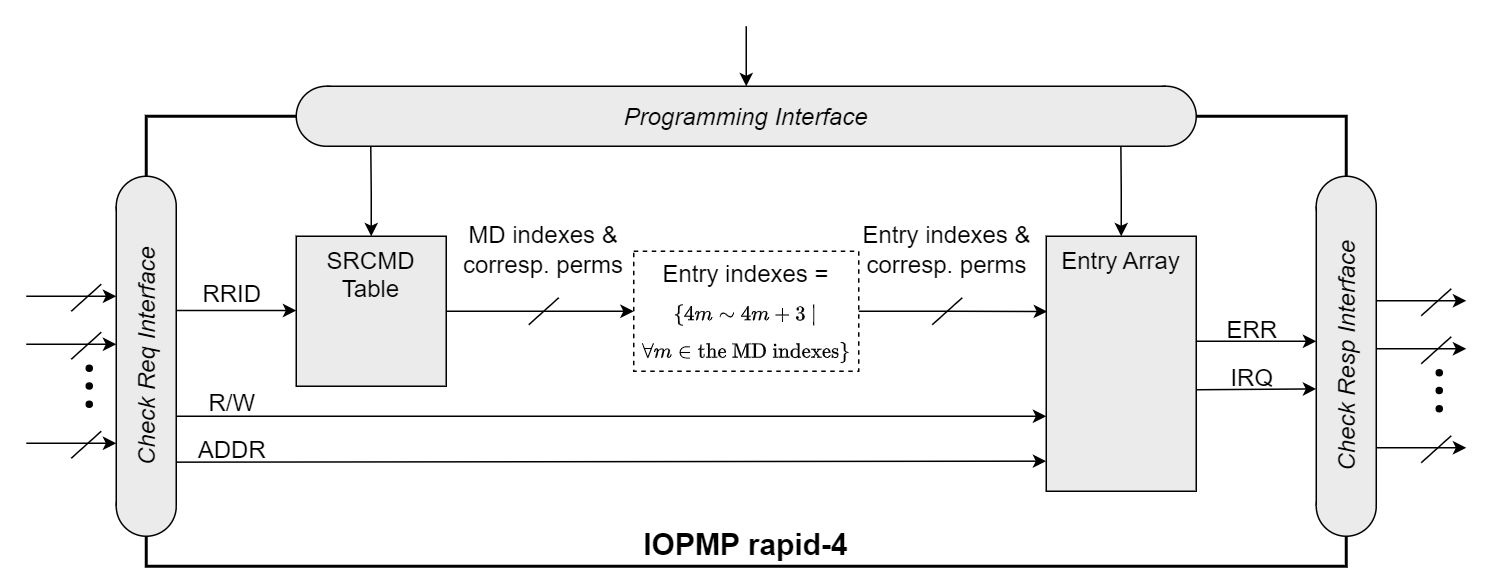
Above: images/iopmp_unit_block_diagram_rapid_4.png in riscv-non-isa/iopmp-spec (draw.io), before the change. Source tidied: cells renumbered, new cells last; positions are measured from the earlier drawing's top-left corner, leaving out a move shared by most shapes. Source of this version:
```xml
<mxGraphModel math="1">
  <root>
    <mxCell id="0" />
    <mxCell id="1" parent="0" />
    <mxCell id="2" value="&lt;b style=&quot;font-size: 20px;&quot;&gt;IOPMP rapid-4&lt;/b&gt;" style="rounded=0;whiteSpace=wrap;html=1;strokeWidth=2;verticalAlign=bottom;spacingTop=2;" parent="1" vertex="1">
      <mxGeometry x="100" y="60" width="800" height="300" as="geometry" />
    </mxCell>
    <mxCell id="3" style="edgeStyle=orthogonalEdgeStyle;rounded=0;jettySize=auto;html=1;exitX=1;exitY=0.5;exitDx=0;exitDy=0;entryX=0;entryY=0.5;entryDx=0;entryDy=0;" parent="1" edge="1" source="4" target="5">
      <mxGeometry relative="1" as="geometry" />
    </mxCell>
    <mxCell id="4" value="&lt;font style=&quot;font-size: 16px;&quot;&gt;SRCMD&lt;/font&gt;&lt;div style=&quot;font-size: 16px;&quot;&gt;&lt;font style=&quot;font-size: 16px;&quot;&gt;Table&lt;/font&gt;&lt;/div&gt;" style="rounded=0;whiteSpace=wrap;html=1;verticalAlign=top;fillColor=#EBEBEB;" parent="1" vertex="1">
      <mxGeometry x="200" y="140" width="100" height="100" as="geometry" />
    </mxCell>
    <mxCell id="5" value="&lt;div style=&quot;line-height: 160%; font-size: 16px;&quot;&gt;&lt;div style=&quot;line-height: 25.6px;&quot;&gt;&lt;span style=&quot;background-color: initial;&quot;&gt;Entry indexes =&lt;/span&gt;&lt;/div&gt;&lt;div style=&quot;line-height: 25.6px;&quot;&gt;&lt;span style=&quot;background-color: initial;&quot;&gt;&lt;font style=&quot;font-size: 14px;&quot;&gt;\(\small \{ 4m \sim 4m+3 \ |\)&lt;/font&gt;&lt;/span&gt;&lt;/div&gt;&lt;div style=&quot;font-size: 14px; line-height: 22.4px;&quot;&gt;\(\small\forall m \in \mbox{the MD indexes}\}\)&lt;/div&gt;&lt;/div&gt;" style="rounded=0;whiteSpace=wrap;html=1;verticalAlign=middle;dashed=1;align=center;spacingTop=0;spacing=0;spacingLeft=0;spacingBottom=0;horizontal=1;" parent="1" vertex="1">
      <mxGeometry x="425" y="150" width="150" height="80" as="geometry" />
    </mxCell>
    <mxCell id="6" value="&lt;span style=&quot;font-size: 16px;&quot;&gt;Entry&amp;nbsp;&lt;/span&gt;&lt;span style=&quot;font-size: 16px; background-color: initial;&quot;&gt;Array&lt;/span&gt;" style="rounded=0;whiteSpace=wrap;html=1;verticalAlign=top;fillColor=#EBEBEB;" parent="1" vertex="1">
      <mxGeometry x="700" y="140" width="100" height="170" as="geometry" />
    </mxCell>
    <mxCell id="7" style="edgeStyle=orthogonalEdgeStyle;rounded=0;jettySize=auto;html=1;exitX=0.5;exitY=0;exitDx=0;exitDy=0;entryX=0.053;entryY=1;entryDx=0;entryDy=0;entryPerimeter=0;startArrow=classic;startFill=1;endArrow=none;endFill=0;" parent="1" edge="1" source="4" target="18">
      <mxGeometry relative="1" as="geometry" />
    </mxCell>
    <mxCell id="8" style="edgeStyle=orthogonalEdgeStyle;rounded=0;jettySize=auto;html=1;exitX=0.5;exitY=0;exitDx=0;exitDy=0;startArrow=classic;startFill=1;endArrow=none;endFill=0;entryX=0.946;entryY=0.999;entryDx=0;entryDy=0;entryPerimeter=0;" parent="1" edge="1" source="6" target="18">
      <mxGeometry relative="1" as="geometry" />
    </mxCell>
    <mxCell id="9" style="ellipse;whiteSpace=wrap;html=1;fillColor=#EBEBEB;rotation=-90;" parent="1" vertex="1">
      <mxGeometry x="80" y="100" width="40" height="40" as="geometry" />
    </mxCell>
    <mxCell id="10" style="ellipse;whiteSpace=wrap;html=1;fillColor=#EBEBEB;rotation=-90;" parent="1" vertex="1">
      <mxGeometry x="80" y="300" width="40" height="40" as="geometry" />
    </mxCell>
    <mxCell id="11" value="&lt;i&gt;&lt;font style=&quot;font-size: 16px;&quot;&gt;Check Req Interface&lt;/font&gt;&lt;/i&gt;" style="rounded=0;whiteSpace=wrap;html=1;shape=mxgraph.basic.rect;left=0;right=0;fillColor=#EBEBEB;rotation=-90;" parent="1" vertex="1">
      <mxGeometry y="200" width="200" height="40" as="geometry" />
    </mxCell>
    <mxCell id="12" style="ellipse;whiteSpace=wrap;html=1;fillColor=#EBEBEB;rotation=-90;" parent="1" vertex="1">
      <mxGeometry x="880" y="100" width="40" height="40" as="geometry" />
    </mxCell>
    <mxCell id="13" style="ellipse;whiteSpace=wrap;html=1;fillColor=#EBEBEB;rotation=-90;" parent="1" vertex="1">
      <mxGeometry x="880" y="300" width="40" height="40" as="geometry" />
    </mxCell>
    <mxCell id="14" value="&lt;i&gt;&lt;font style=&quot;font-size: 16px;&quot;&gt;Check Resp Interface&lt;/font&gt;&lt;/i&gt;" style="rounded=0;whiteSpace=wrap;html=1;shape=mxgraph.basic.rect;left=0;right=0;fillColor=#EBEBEB;rotation=-90;" parent="1" vertex="1">
      <mxGeometry x="800.2" y="199.8" width="199.5" height="40" as="geometry" />
    </mxCell>
    <mxCell id="15" style="ellipse;whiteSpace=wrap;html=1;fillColor=#EBEBEB;" parent="1" vertex="1">
      <mxGeometry x="760" y="40" width="40" height="40" as="geometry" />
    </mxCell>
    <mxCell id="16" style="ellipse;whiteSpace=wrap;html=1;fillColor=#EBEBEB;" parent="1" vertex="1">
      <mxGeometry x="200" y="40" width="40" height="40" as="geometry" />
    </mxCell>
    <mxCell id="17" style="edgeStyle=orthogonalEdgeStyle;rounded=0;jettySize=auto;html=1;startArrow=classic;startFill=1;endArrow=none;endFill=0;" parent="1" edge="1" source="18">
      <mxGeometry relative="1" as="geometry">
        <mxPoint x="500" as="targetPoint" />
      </mxGeometry>
    </mxCell>
    <mxCell id="18" value="&lt;i&gt;&lt;font style=&quot;font-size: 16px;&quot;&gt;Programming Interface&lt;/font&gt;&lt;/i&gt;" style="rounded=0;whiteSpace=wrap;html=1;shape=mxgraph.basic.rect;left=0;right=0;fillColor=#EBEBEB;" parent="1" vertex="1">
      <mxGeometry x="220" y="40" width="560" height="40" as="geometry" />
    </mxCell>
    <mxCell id="19" style="edgeStyle=orthogonalEdgeStyle;rounded=0;orthogonalLoop=1;jettySize=auto;html=1;exitX=0;exitY=0.25;exitDx=0;exitDy=0;startArrow=classic;startFill=1;endArrow=none;endFill=0;" parent="1" edge="1">
      <mxGeometry relative="1" as="geometry">
        <mxPoint x="200" y="189.5" as="sourcePoint" />
        <mxPoint x="120" y="189.5" as="targetPoint" />
      </mxGeometry>
    </mxCell>
    <mxCell id="20" style="endArrow=classic;html=1;rounded=0;entryX=0;entryY=0.706;entryDx=0;entryDy=0;entryPerimeter=0;exitX=0.3;exitY=0.999;exitDx=0;exitDy=0;exitPerimeter=0;" parent="1" edge="1" source="11" target="6">
      <mxGeometry relative="1" as="geometry">
        <Array as="points">
          <mxPoint x="180" y="260" />
        </Array>
      </mxGeometry>
    </mxCell>
    <mxCell id="21" style="endArrow=classic;html=1;rounded=0;exitX=0.147;exitY=0.999;exitDx=0;exitDy=0;exitPerimeter=0;entryX=0;entryY=0.882;entryDx=0;entryDy=0;entryPerimeter=0;" parent="1" edge="1" source="11" target="6">
      <mxGeometry relative="1" as="geometry" />
    </mxCell>
    <mxCell id="22" style="endArrow=classic;html=1;rounded=0;endFill=1;" parent="1" edge="1">
      <mxGeometry relative="1" as="geometry">
        <mxPoint x="20" y="180" as="sourcePoint" />
        <mxPoint x="80" y="180" as="targetPoint" />
      </mxGeometry>
    </mxCell>
    <mxCell id="23" style="endArrow=none;html=1;rounded=0;" parent="1" edge="1">
      <mxGeometry relative="1" as="geometry">
        <mxPoint x="50" y="190" as="sourcePoint" />
        <mxPoint x="70" y="172" as="targetPoint" />
      </mxGeometry>
    </mxCell>
    <mxCell id="24" style="endArrow=classic;html=1;rounded=0;endFill=1;" parent="1" edge="1">
      <mxGeometry relative="1" as="geometry">
        <mxPoint x="20" y="278" as="sourcePoint" />
        <mxPoint x="80" y="278" as="targetPoint" />
      </mxGeometry>
    </mxCell>
    <mxCell id="25" style="endArrow=none;html=1;rounded=0;" parent="1" edge="1">
      <mxGeometry relative="1" as="geometry">
        <mxPoint x="50" y="288" as="sourcePoint" />
        <mxPoint x="70" y="270" as="targetPoint" />
      </mxGeometry>
    </mxCell>
    <mxCell id="26" style="endArrow=classic;html=1;rounded=0;endFill=1;" parent="1" edge="1">
      <mxGeometry relative="1" as="geometry">
        <mxPoint x="20" y="212" as="sourcePoint" />
        <mxPoint x="80" y="212" as="targetPoint" />
      </mxGeometry>
    </mxCell>
    <mxCell id="27" style="endArrow=none;html=1;rounded=0;" parent="1" edge="1">
      <mxGeometry relative="1" as="geometry">
        <mxPoint x="50" y="222" as="sourcePoint" />
        <mxPoint x="70" y="204" as="targetPoint" />
      </mxGeometry>
    </mxCell>
    <mxCell id="28" style="vsdxID=76;fillColor=#000000;gradientColor=none;shape=(stored shape, 216 characters);labelBackgroundColor=none;rounded=0;html=1;whiteSpace=wrap;" parent="1" vertex="1">
      <mxGeometry x="60" y="226" width="4" height="4" as="geometry" />
    </mxCell>
    <mxCell id="29" style="vsdxID=76;fillColor=#000000;gradientColor=none;shape=(stored shape, 216 characters);labelBackgroundColor=none;rounded=0;html=1;whiteSpace=wrap;" parent="1" vertex="1">
      <mxGeometry x="60" y="237.8" width="4" height="4" as="geometry" />
    </mxCell>
    <mxCell id="30" style="vsdxID=76;fillColor=#000000;gradientColor=none;shape=(stored shape, 216 characters);labelBackgroundColor=none;rounded=0;html=1;whiteSpace=wrap;" parent="1" vertex="1">
      <mxGeometry x="60" y="250" width="4" height="4" as="geometry" />
    </mxCell>
    <mxCell id="31" style="edgeStyle=orthogonalEdgeStyle;rounded=0;orthogonalLoop=1;jettySize=auto;html=1;entryX=0.007;entryY=0.296;entryDx=0;entryDy=0;entryPerimeter=0;" parent="1" edge="1">
      <mxGeometry relative="1" as="geometry">
        <mxPoint x="800" y="210" as="sourcePoint" />
        <mxPoint x="880" y="210" as="targetPoint" />
      </mxGeometry>
    </mxCell>
    <mxCell id="32" style="edgeStyle=orthogonalEdgeStyle;rounded=0;jettySize=auto;html=1;entryX=0.007;entryY=0.296;entryDx=0;entryDy=0;entryPerimeter=0;exitX=1;exitY=0.602;exitDx=0;exitDy=0;exitPerimeter=0;" parent="1" edge="1" source="6">
      <mxGeometry relative="1" as="geometry">
        <mxPoint x="880" y="241.8" as="targetPoint" />
      </mxGeometry>
    </mxCell>
    <mxCell id="33" style="endArrow=classic;html=1;rounded=0;endFill=1;" parent="1" edge="1">
      <mxGeometry relative="1" as="geometry">
        <mxPoint x="920" y="183" as="sourcePoint" />
        <mxPoint x="980" y="183" as="targetPoint" />
      </mxGeometry>
    </mxCell>
    <mxCell id="34" style="endArrow=none;html=1;rounded=0;" parent="1" edge="1">
      <mxGeometry relative="1" as="geometry">
        <mxPoint x="950" y="193" as="sourcePoint" />
        <mxPoint x="970" y="175" as="targetPoint" />
      </mxGeometry>
    </mxCell>
    <mxCell id="35" style="endArrow=classic;html=1;rounded=0;endFill=1;" parent="1" edge="1">
      <mxGeometry relative="1" as="geometry">
        <mxPoint x="920" y="281" as="sourcePoint" />
        <mxPoint x="980" y="281" as="targetPoint" />
      </mxGeometry>
    </mxCell>
    <mxCell id="36" style="endArrow=none;html=1;rounded=0;" parent="1" edge="1">
      <mxGeometry relative="1" as="geometry">
        <mxPoint x="950" y="291" as="sourcePoint" />
        <mxPoint x="970" y="273" as="targetPoint" />
      </mxGeometry>
    </mxCell>
    <mxCell id="37" style="endArrow=classic;html=1;rounded=0;endFill=1;" parent="1" edge="1">
      <mxGeometry relative="1" as="geometry">
        <mxPoint x="920" y="215" as="sourcePoint" />
        <mxPoint x="980" y="215" as="targetPoint" />
      </mxGeometry>
    </mxCell>
    <mxCell id="38" style="endArrow=none;html=1;rounded=0;" parent="1" edge="1">
      <mxGeometry relative="1" as="geometry">
        <mxPoint x="950" y="225" as="sourcePoint" />
        <mxPoint x="970" y="207" as="targetPoint" />
      </mxGeometry>
    </mxCell>
    <mxCell id="39" style="vsdxID=76;fillColor=#000000;gradientColor=none;shape=(stored shape, 216 characters);labelBackgroundColor=none;rounded=0;html=1;whiteSpace=wrap;" parent="1" vertex="1">
      <mxGeometry x="960" y="229" width="4" height="4" as="geometry" />
    </mxCell>
    <mxCell id="40" style="vsdxID=76;fillColor=#000000;gradientColor=none;shape=(stored shape, 216 characters);labelBackgroundColor=none;rounded=0;html=1;whiteSpace=wrap;" parent="1" vertex="1">
      <mxGeometry x="960" y="240.8" width="4" height="4" as="geometry" />
    </mxCell>
    <mxCell id="41" style="vsdxID=76;fillColor=#000000;gradientColor=none;shape=(stored shape, 216 characters);labelBackgroundColor=none;rounded=0;html=1;whiteSpace=wrap;" parent="1" vertex="1">
      <mxGeometry x="960" y="253" width="4" height="4" as="geometry" />
    </mxCell>
    <mxCell id="42" value="&lt;font style=&quot;font-weight: normal; font-size: 16px;&quot;&gt;RRID&lt;/font&gt;" style="text;strokeColor=none;fillColor=none;html=1;fontSize=24;fontStyle=1;verticalAlign=middle;align=center;" parent="1" vertex="1">
      <mxGeometry x="127" y="162" width="60" height="28" as="geometry" />
    </mxCell>
    <mxCell id="43" value="&lt;font style=&quot;font-weight: normal; font-size: 16px;&quot;&gt;R/W&lt;/font&gt;" style="text;strokeColor=none;fillColor=none;html=1;fontSize=24;fontStyle=1;verticalAlign=middle;align=center;" parent="1" vertex="1">
      <mxGeometry x="132" y="237.8" width="50" height="22" as="geometry" />
    </mxCell>
    <mxCell id="44" value="&lt;font style=&quot;font-weight: normal; font-size: 16px;&quot;&gt;ADDR&lt;/font&gt;" style="text;strokeColor=none;fillColor=none;html=1;fontSize=24;fontStyle=1;verticalAlign=middle;align=center;" parent="1" vertex="1">
      <mxGeometry x="127" y="270" width="60" height="20" as="geometry" />
    </mxCell>
    <mxCell id="45" value="&lt;font style=&quot;font-weight: normal; font-size: 16px;&quot;&gt;ERR&lt;/font&gt;" style="text;strokeColor=none;fillColor=none;html=1;fontSize=24;fontStyle=1;verticalAlign=middle;align=center;" parent="1" vertex="1">
      <mxGeometry x="807" y="190" width="60" height="20" as="geometry" />
    </mxCell>
    <mxCell id="46" value="&lt;font style=&quot;font-weight: normal; font-size: 16px;&quot;&gt;IRQ&lt;/font&gt;" style="text;strokeColor=none;fillColor=none;html=1;fontSize=24;fontStyle=1;verticalAlign=middle;align=center;" parent="1" vertex="1">
      <mxGeometry x="807" y="220" width="60" height="23" as="geometry" />
    </mxCell>
    <mxCell id="47" value="&lt;font style=&quot;font-size: 16px;&quot;&gt;&lt;font style=&quot;font-size: 16px;&quot;&gt;MD indexes&amp;nbsp;&lt;/font&gt;&lt;span style=&quot;background-color: initial;&quot;&gt;&amp;amp;&lt;/span&gt;&lt;/font&gt;&lt;div style=&quot;font-size: 16px;&quot;&gt;&lt;div style=&quot;&quot;&gt;&lt;font style=&quot;font-size: 16px;&quot;&gt;&lt;font style=&quot;font-size: 16px;&quot;&gt;corresp.&amp;nbsp;&lt;/font&gt;&lt;span style=&quot;background-color: initial;&quot;&gt;perms&lt;/span&gt;&lt;/font&gt;&lt;/div&gt;&lt;/div&gt;" style="text;html=1;align=center;verticalAlign=middle;whiteSpace=wrap;rounded=0;" parent="1" vertex="1">
      <mxGeometry x="310" y="120" width="110" height="58" as="geometry" />
    </mxCell>
    <mxCell id="48" style="endArrow=none;html=1;rounded=0;" parent="1" edge="1">
      <mxGeometry relative="1" as="geometry">
        <mxPoint x="355" y="199" as="sourcePoint" />
        <mxPoint x="375" y="181" as="targetPoint" />
      </mxGeometry>
    </mxCell>
    <mxCell id="49" style="edgeStyle=orthogonalEdgeStyle;rounded=0;jettySize=auto;html=1;exitX=1;exitY=0.5;exitDx=0;exitDy=0;entryX=0.006;entryY=0.295;entryDx=0;entryDy=0;entryPerimeter=0;" parent="1" edge="1" source="5" target="6">
      <mxGeometry relative="1" as="geometry" />
    </mxCell>
    <mxCell id="50" style="endArrow=none;html=1;rounded=0;" parent="1" edge="1">
      <mxGeometry relative="1" as="geometry">
        <mxPoint x="624" y="199" as="sourcePoint" />
        <mxPoint x="644" y="181" as="targetPoint" />
      </mxGeometry>
    </mxCell>
    <mxCell id="51" value="&lt;font style=&quot;font-size: 16px;&quot;&gt;Entry indexes &amp;amp;&lt;/font&gt;&lt;div style=&quot;font-size: 16px;&quot;&gt;&lt;font style=&quot;font-size: 16px;&quot;&gt;corresp. perms&lt;/font&gt;&lt;/div&gt;" style="text;html=1;align=center;verticalAlign=middle;whiteSpace=wrap;rounded=0;" parent="1" vertex="1">
      <mxGeometry x="574" y="120" width="120" height="58" as="geometry" />
    </mxCell>
  </root>
</mxGraphModel>
```
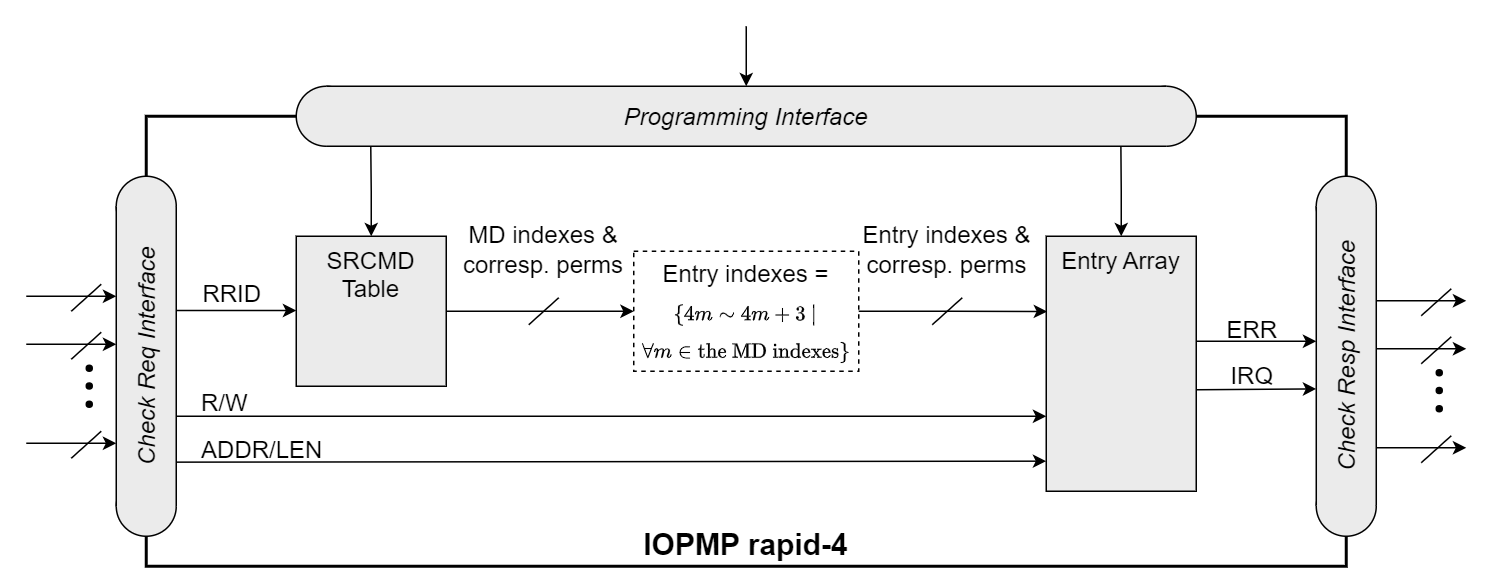
Above is the later version.

Diff of the diagram source:
```diff
@@ -176,11 +176,8 @@
       <mxGeometry x="127" y="162" width="60" height="28" as="geometry" />
     </mxCell>
     <mxCell id="43" value="&lt;font style=&quot;font-weight: normal; font-size: 16px;&quot;&gt;R/W&lt;/font&gt;" style="text;strokeColor=none;fillColor=none;html=1;fontSize=24;fontStyle=1;verticalAlign=middle;align=center;" parent="1" vertex="1">
-      <mxGeometry x="132" y="237.8" width="50" height="22" as="geometry" />
+      <mxGeometry x="127" y="237.8" width="50" height="22" as="geometry" />
     </mxCell>
-    <mxCell id="44" value="&lt;font style=&quot;font-weight: normal; font-size: 16px;&quot;&gt;ADDR&lt;/font&gt;" style="text;strokeColor=none;fillColor=none;html=1;fontSize=24;fontStyle=1;verticalAlign=middle;align=center;" parent="1" vertex="1">
-      <mxGeometry x="127" y="270" width="60" height="20" as="geometry" />
-    </mxCell>
     <mxCell id="45" value="&lt;font style=&quot;font-weight: normal; font-size: 16px;&quot;&gt;ERR&lt;/font&gt;" style="text;strokeColor=none;fillColor=none;html=1;fontSize=24;fontStyle=1;verticalAlign=middle;align=center;" parent="1" vertex="1">
       <mxGeometry x="807" y="190" width="60" height="20" as="geometry" />
     </mxCell>
@@ -208,5 +205,8 @@
     <mxCell id="51" value="&lt;font style=&quot;font-size: 16px;&quot;&gt;Entry indexes &amp;amp;&lt;/font&gt;&lt;div style=&quot;font-size: 16px;&quot;&gt;&lt;font style=&quot;font-size: 16px;&quot;&gt;corresp. perms&lt;/font&gt;&lt;/div&gt;" style="text;html=1;align=center;verticalAlign=middle;whiteSpace=wrap;rounded=0;" parent="1" vertex="1">
       <mxGeometry x="574" y="120" width="120" height="58" as="geometry" />
     </mxCell>
+    <mxCell id="52" value="&lt;font style=&quot;font-weight: normal; font-size: 16px;&quot;&gt;ADDR/LEN&lt;/font&gt;" style="text;strokeColor=none;fillColor=none;html=1;fontSize=24;fontStyle=1;verticalAlign=middle;align=center;" parent="1" vertex="1">
+      <mxGeometry x="127" y="270" width="100" height="20" as="geometry" />
+    </mxCell>
   </root>
 </mxGraphModel>
```
